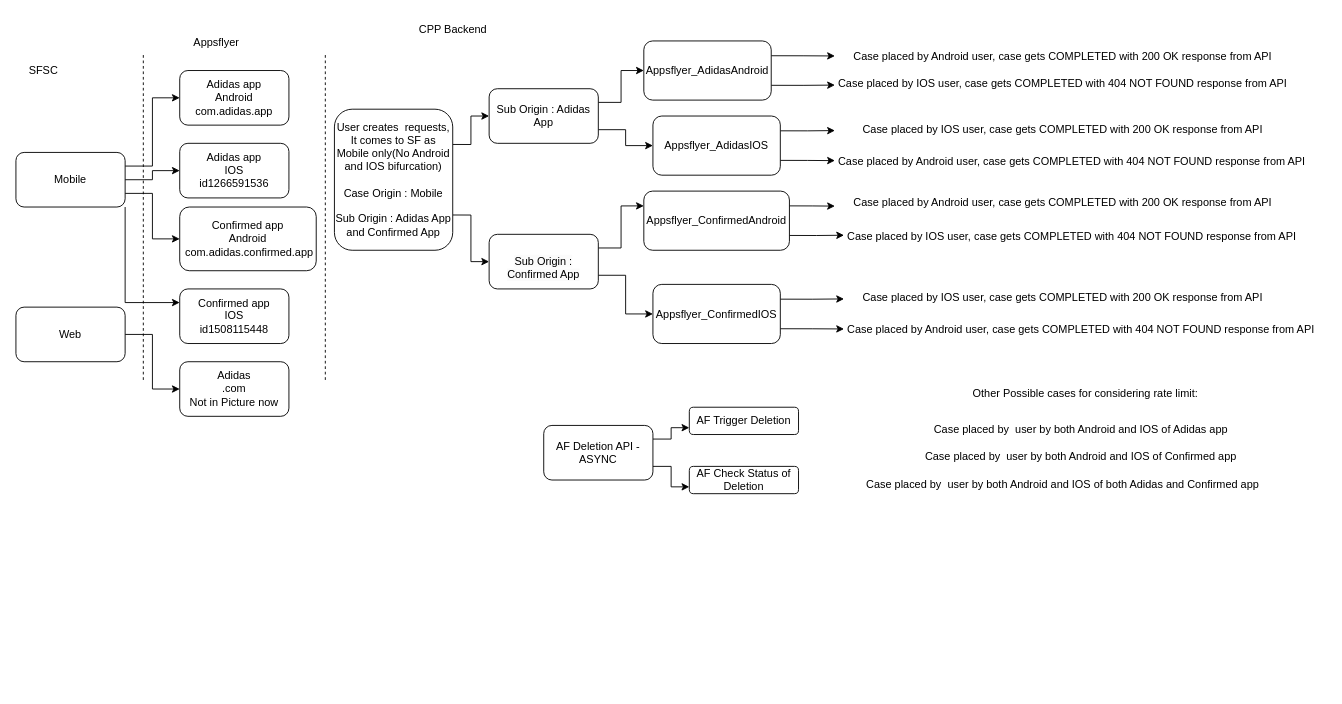
The draw.io diagram Appsflyer.drawio in bhavana184/drawioDiagrams, before the edit. Source tidied: cells renumbered, new cells numbered last; positions are measured from the earlier drawing's top-left corner, leaving out a move shared by most shapes. Both pictures are drawn from the tidied source at 91%, with x=0, y=0 at pixel (15, 15).
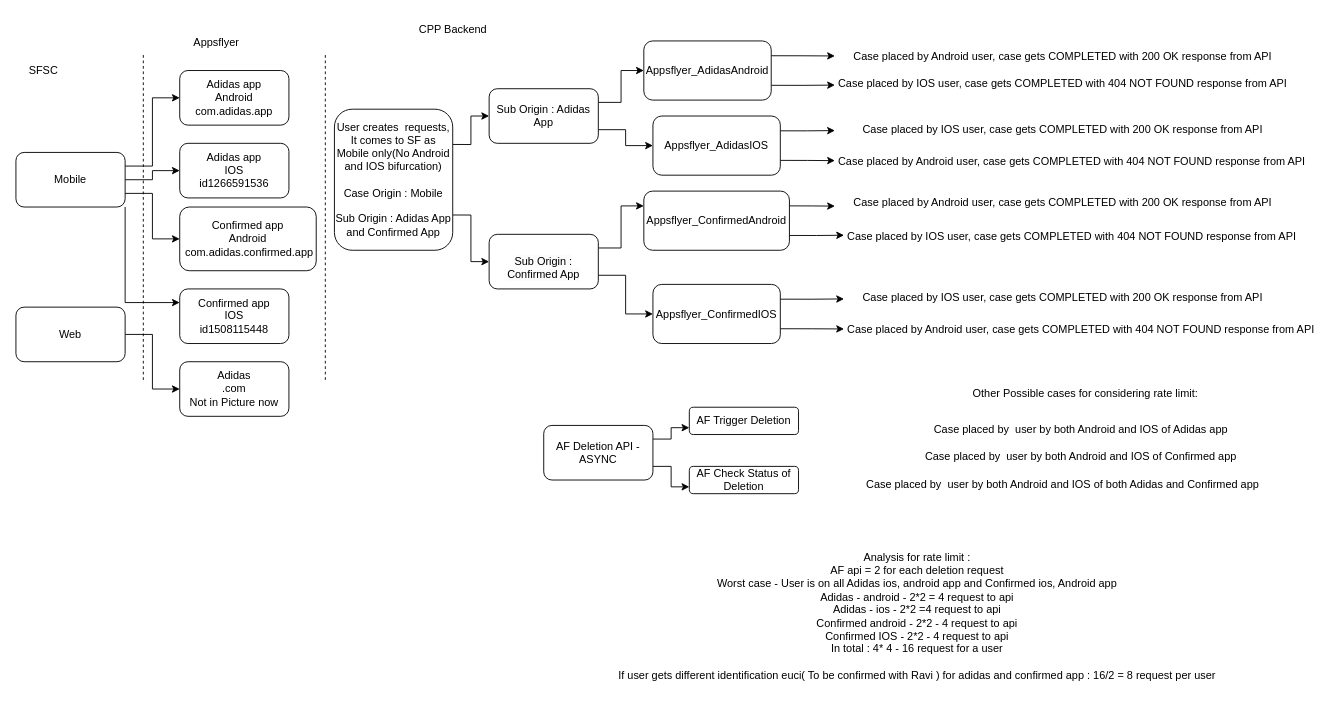
Above is the later version.

The edit, as a diff of the source:
```diff
@@
+    <mxCell id="57" value="Analysis for rate limit :&lt;br&gt;AF api = 2 for each deletion request&lt;br&gt;Worst case - User is on all Adidas ios, android app and Confirmed ios, Android app&lt;br&gt;Adidas - android - 2*2 = 4 request to api&lt;br&gt;Adidas - ios - 2*2 =4 request to api&lt;br&gt;Confirmed android - 2*2 - 4 request to api&lt;br&gt;Confirmed IOS - 2*2 - 4 request to api&lt;br&gt;In total : 4* 4 - 16 request for a user&lt;br&gt;&lt;br&gt;If user gets different identification euci( To be confirmed with Ravi ) for adidas and confirmed app : 16/2 = 8 request per user" style="text;html=1;align=center;verticalAlign=middle;strokeColor=none;fillColor=none;" parent="1" vertex="1">
+      <mxGeometry x="650" y="580" width="680" height="160" as="geometry" />
+    </mxCell>
```
